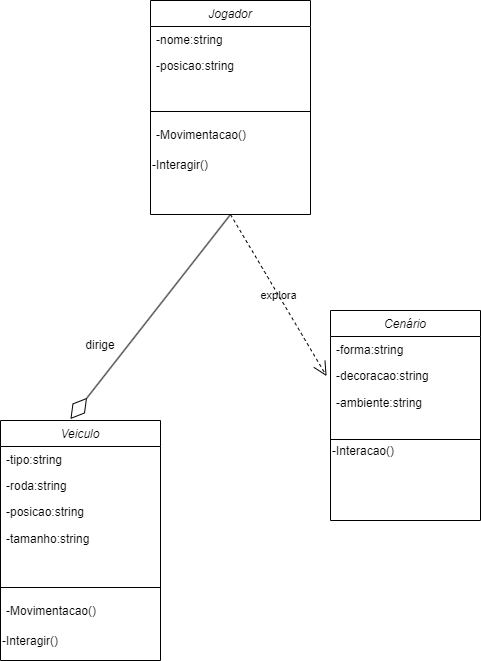
lucasnoelgb/2jdprojetomusica keeps this draw.io diagram as diagrama musical.drawio.png. Above is the earlier version. Source tidied: cells renumbered, new cells last; positions are measured from the earlier drawing's top-left corner, leaving out a move shared by most shapes.
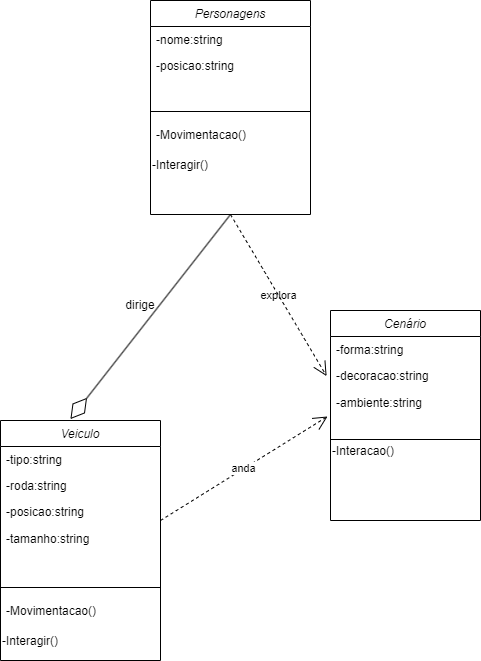
After the commit.

The edit, as a diff of the source:
```diff
@@ -2,7 +2,7 @@
   <root>
     <mxCell id="0" />
     <mxCell id="1" parent="0" />
-    <mxCell id="2" value="Jogador" style="swimlane;fontStyle=2;align=center;verticalAlign=top;horizontal=1;startSize=26;rounded=0;shadow=0;strokeWidth=1;labelBackgroundColor=none;" parent="1" vertex="1">
+    <mxCell id="2" value="Personagens&#10;" style="swimlane;fontStyle=2;align=center;verticalAlign=top;horizontal=1;startSize=26;rounded=0;shadow=0;strokeWidth=1;labelBackgroundColor=none;" parent="1" vertex="1">
       <mxGeometry x="150" width="160" height="214" as="geometry" />
     </mxCell>
     <mxCell id="3" value="-nome:string&#10;" style="text;align=left;verticalAlign=top;spacingLeft=4;spacingRight=4;overflow=hidden;labelBackgroundColor=none;" parent="2" vertex="1">
@@ -66,7 +66,7 @@
       <mxGeometry y="230" width="160" height="10" as="geometry" />
     </mxCell>
     <mxCell id="23" value="dirige" style="text;html=1;strokeColor=none;fillColor=none;align=center;verticalAlign=middle;whiteSpace=wrap;rounded=0;labelBackgroundColor=none;" parent="1" vertex="1">
-      <mxGeometry x="70" y="330" width="60" height="30" as="geometry" />
+      <mxGeometry x="110" y="290" width="60" height="30" as="geometry" />
     </mxCell>
     <mxCell id="24" value="explora" style="endArrow=open;endSize=12;dashed=1;html=1;rounded=0;entryX=-0.026;entryY=0.524;entryDx=0;entryDy=0;entryPerimeter=0;labelBackgroundColor=none;fontColor=default;exitX=0.5;exitY=1;exitDx=0;exitDy=0;" parent="1" edge="1" source="2" target="10">
       <mxGeometry relative="1" as="geometry" />
@@ -74,5 +74,10 @@
     <mxCell id="25" style="endArrow=diamondThin;endFill=0;endSize=24;html=1;rounded=0;entryX=0.437;entryY=-0.006;entryDx=0;entryDy=0;entryPerimeter=0;exitX=0.5;exitY=1;exitDx=0;exitDy=0;labelBackgroundColor=none;fontColor=default;" parent="1" edge="1" source="2" target="15">
       <mxGeometry relative="1" as="geometry" />
     </mxCell>
+    <mxCell id="26" value="anda&lt;br&gt;" style="endArrow=open;endSize=12;dashed=1;html=1;rounded=0;entryX=-0.02;entryY=0.933;entryDx=0;entryDy=0;entryPerimeter=0;" parent="1" edge="1" target="11">
+      <mxGeometry relative="1" as="geometry">
+        <mxPoint x="160" y="520" as="sourcePoint" />
+      </mxGeometry>
+    </mxCell>
   </root>
 </mxGraphModel>
```
